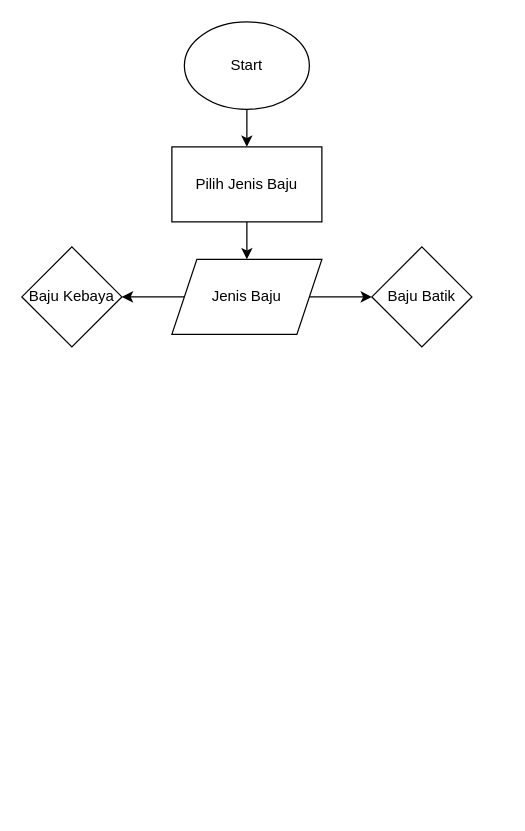
Before: Flowchart.drawio in Willda25/Willda_Dian-Kalkulator, a draw.io diagram. Source tidied: cells renumbered, new cells numbered last; positions are measured from the earlier drawing's top-left corner, leaving out a move shared by most shapes. Both pictures are drawn from the tidied source at 125%, with x=0, y=0 at pixel (21, 21).
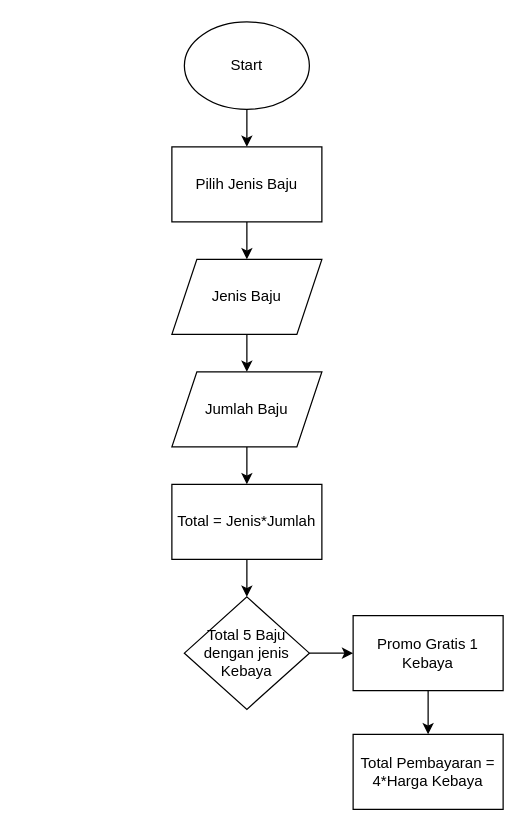
The same page after the edit.

Commit message:
perhitungan jumlah, variabel, dan total

What changed in the source:
```diff
@@
 <mxGraphModel>
   <root>
     <mxCell id="0" />
     <mxCell id="1" parent="0" />
     <mxCell id="2" style="edgeStyle=none;html=1;" parent="1" edge="1" source="3" target="8">
       <mxGeometry relative="1" as="geometry" />
     </mxCell>
     <mxCell id="3" value="Pilih Jenis Baju" style="rounded=0;whiteSpace=wrap;html=1;" parent="1" vertex="1">
       <mxGeometry x="120" y="100" width="120" height="60" as="geometry" />
     </mxCell>
     <mxCell id="4" style="edgeStyle=none;html=1;" parent="1" edge="1" source="5" target="3">
       <mxGeometry relative="1" as="geometry" />
     </mxCell>
     <mxCell id="5" value="Start" style="ellipse;whiteSpace=wrap;html=1;" parent="1" vertex="1">
       <mxGeometry x="130" width="100" height="70" as="geometry" />
     </mxCell>
-    <mxCell id="6" style="edgeStyle=none;html=1;" parent="1" edge="1" source="8" target="9">
-      <mxGeometry relative="1" as="geometry" />
-    </mxCell>
-    <mxCell id="7" style="edgeStyle=none;html=1;" parent="1" edge="1" source="8" target="10">
-      <mxGeometry relative="1" as="geometry" />
-    </mxCell>
+    <mxCell id="11" style="edgeStyle=none;html=1;" parent="1" edge="1" source="8" target="15">
+      <mxGeometry relative="1" as="geometry" />
+    </mxCell>
     <mxCell id="8" value="Jenis Baju" style="shape=parallelogram;perimeter=parallelogramPerimeter;whiteSpace=wrap;html=1;fixedSize=1;" parent="1" vertex="1">
       <mxGeometry x="120" y="190" width="120" height="60" as="geometry" />
     </mxCell>
-    <mxCell id="9" value="Baju Batik" style="rhombus;whiteSpace=wrap;html=1;" parent="1" vertex="1">
-      <mxGeometry x="280" y="180" width="80" height="80" as="geometry" />
-    </mxCell>
-    <mxCell id="10" value="Baju Kebaya" style="rhombus;whiteSpace=wrap;html=1;" parent="1" vertex="1">
-      <mxGeometry y="180" width="80" height="80" as="geometry" />
-    </mxCell>
+    <mxCell id="12" style="edgeStyle=none;html=1;" parent="1" edge="1" source="13" target="17">
+      <mxGeometry relative="1" as="geometry" />
+    </mxCell>
+    <mxCell id="13" value="Total = Jenis*Jumlah" style="rounded=0;whiteSpace=wrap;html=1;" parent="1" vertex="1">
+      <mxGeometry x="120" y="370" width="120" height="60" as="geometry" />
+    </mxCell>
+    <mxCell id="14" style="edgeStyle=none;html=1;" parent="1" edge="1" source="15" target="13">
+      <mxGeometry relative="1" as="geometry" />
+    </mxCell>
+    <mxCell id="15" value="Jumlah Baju" style="shape=parallelogram;perimeter=parallelogramPerimeter;whiteSpace=wrap;html=1;fixedSize=1;" parent="1" vertex="1">
+      <mxGeometry x="120" y="280" width="120" height="60" as="geometry" />
+    </mxCell>
+    <mxCell id="16" style="edgeStyle=none;html=1;" parent="1" edge="1" source="17" target="19">
+      <mxGeometry relative="1" as="geometry" />
+    </mxCell>
+    <mxCell id="17" value="Total 5 Baju dengan jenis Kebaya" style="rhombus;whiteSpace=wrap;html=1;" parent="1" vertex="1">
+      <mxGeometry x="130" y="460" width="100" height="90" as="geometry" />
+    </mxCell>
+    <mxCell id="18" style="edgeStyle=none;html=1;" parent="1" edge="1" source="19" target="20">
+      <mxGeometry relative="1" as="geometry" />
+    </mxCell>
+    <mxCell id="19" value="Promo Gratis 1 Kebaya" style="rounded=0;whiteSpace=wrap;html=1;" parent="1" vertex="1">
+      <mxGeometry x="265" y="475" width="120" height="60" as="geometry" />
+    </mxCell>
+    <mxCell id="20" value="Total Pembayaran = 4*Harga Kebaya" style="rounded=0;whiteSpace=wrap;html=1;" parent="1" vertex="1">
+      <mxGeometry x="265" y="570" width="120" height="60" as="geometry" />
+    </mxCell>
   </root>
 </mxGraphModel>
```
